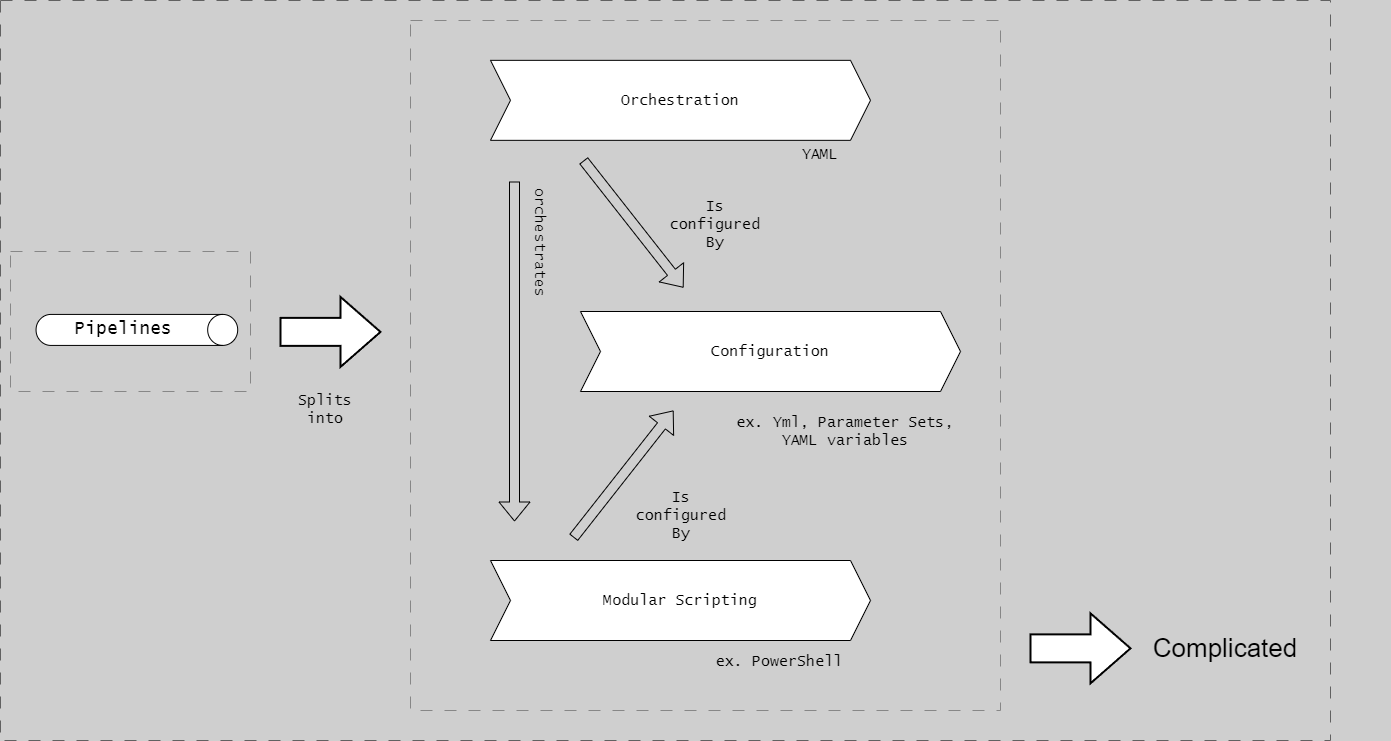
Before: docs/assets/branching/pipelines-separating-solution.drawio.png, a diagram exported from draw.io (ready-to-release/eac). Source tidied: cells renumbered, new cells last; positions are measured from the earlier drawing's top-left corner, leaving out a move shared by most shapes.
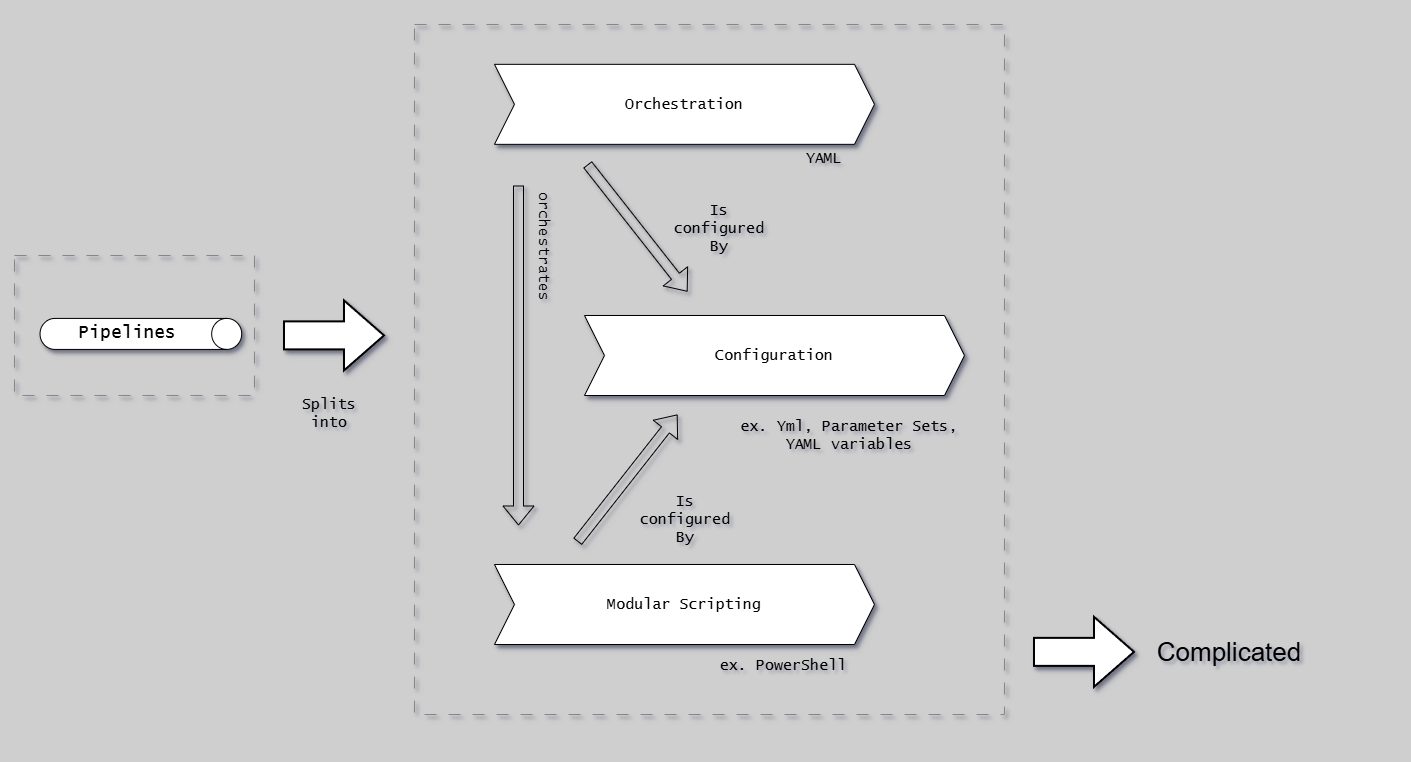
The same file after the commit.

Diff of the diagram source:
```diff
@@ -1,96 +1,96 @@
-<mxGraphModel background="#CFCFCF">
+<mxGraphModel background="#CFCFCF" shadow="1">
   <root>
     <mxCell id="0" />
     <mxCell id="1" parent="0" />
-    <mxCell id="2" style="group;strokeColor=#616161;dashed=1;dashPattern=12 12;fontFamily=Lucida Console;" parent="1" vertex="1">
+    <mxCell id="2" style="group;strokeColor=none;dashed=1;dashPattern=12 12;fontFamily=Lucida Console;shadow=1;" parent="1" vertex="1">
       <mxGeometry width="1330" height="740" as="geometry" />
     </mxCell>
-    <mxCell id="3" value="Orchestration" style="shape=step;perimeter=stepPerimeter;whiteSpace=wrap;html=1;fixedSize=1;fontSize=15;fontFamily=Lucida Console;" parent="1" vertex="1">
+    <mxCell id="3" value="Orchestration" style="shape=step;perimeter=stepPerimeter;whiteSpace=wrap;html=1;fixedSize=1;fontSize=15;fontFamily=Lucida Console;shadow=1;" parent="1" vertex="1">
       <mxGeometry x="490" y="59.8" width="380" height="80" as="geometry" />
     </mxCell>
-    <mxCell id="4" value="Modular Scripting" style="shape=step;perimeter=stepPerimeter;whiteSpace=wrap;html=1;fixedSize=1;fontSize=15;fontFamily=Lucida Console;" parent="1" vertex="1">
+    <mxCell id="4" value="Modular Scripting" style="shape=step;perimeter=stepPerimeter;whiteSpace=wrap;html=1;fixedSize=1;fontSize=15;fontFamily=Lucida Console;shadow=1;" parent="1" vertex="1">
       <mxGeometry x="490" y="560" width="380" height="80" as="geometry" />
     </mxCell>
     <object id="5" label="ex. PowerShell" name="Variable" placeholders="1">
-      <mxCell style="text;html=1;strokeColor=none;fillColor=none;align=center;verticalAlign=middle;whiteSpace=wrap;overflow=hidden;fontSize=15;fontFamily=Lucida Console;" parent="1" vertex="1">
+      <mxCell style="text;html=1;strokeColor=none;fillColor=none;align=center;verticalAlign=middle;whiteSpace=wrap;overflow=hidden;fontSize=15;fontFamily=Lucida Console;shadow=1;" parent="1" vertex="1">
         <mxGeometry x="699" y="640" width="160" height="42.8" as="geometry" />
       </mxCell>
     </object>
     <object id="6" label="Splits into" name="Variable" placeholders="1">
-      <mxCell style="text;html=1;strokeColor=none;fillColor=none;align=center;verticalAlign=middle;whiteSpace=wrap;overflow=hidden;fontSize=15;fontFamily=Lucida Console;" parent="1" vertex="1">
+      <mxCell style="text;html=1;strokeColor=none;fillColor=none;align=center;verticalAlign=middle;whiteSpace=wrap;overflow=hidden;fontSize=15;fontFamily=Lucida Console;shadow=1;" parent="1" vertex="1">
         <mxGeometry x="290" y="388" width="70" height="42.8" as="geometry" />
       </mxCell>
     </object>
     <object id="7" label="orchestrates" name="Variable" placeholders="1">
-      <mxCell style="text;html=1;strokeColor=none;fillColor=none;align=center;verticalAlign=middle;whiteSpace=wrap;overflow=hidden;fontSize=15;rotation=90;fontFamily=Lucida Console;" parent="1" vertex="1">
+      <mxCell style="text;html=1;strokeColor=none;fillColor=none;align=center;verticalAlign=middle;whiteSpace=wrap;overflow=hidden;fontSize=15;rotation=90;fontFamily=Lucida Console;shadow=1;" parent="1" vertex="1">
         <mxGeometry x="470" y="221" width="140" height="42.8" as="geometry" />
       </mxCell>
     </object>
     <object id="8" label="ex. Yml, Parameter Sets, YAML variables" name="Variable" placeholders="1">
-      <mxCell style="text;html=1;strokeColor=none;fillColor=none;align=center;verticalAlign=middle;whiteSpace=wrap;overflow=hidden;fontSize=15;fontFamily=Lucida Console;" parent="1" vertex="1">
+      <mxCell style="text;html=1;strokeColor=none;fillColor=none;align=center;verticalAlign=middle;whiteSpace=wrap;overflow=hidden;fontSize=15;fontFamily=Lucida Console;shadow=1;" parent="1" vertex="1">
         <mxGeometry x="720" y="388" width="250" height="86" as="geometry" />
       </mxCell>
     </object>
-    <mxCell id="9" style="shape=flexArrow;endArrow=classic;html=1;rounded=0;fontFamily=Lucida Console;" parent="1" edge="1">
+    <mxCell id="9" style="shape=flexArrow;endArrow=classic;html=1;rounded=0;fontFamily=Lucida Console;shadow=1;" parent="1" edge="1">
       <mxGeometry relative="1" as="geometry">
         <mxPoint x="514" y="181" as="sourcePoint" />
         <mxPoint x="514" y="521" as="targetPoint" />
       </mxGeometry>
     </mxCell>
-    <mxCell id="10" value="Configuration" style="shape=step;perimeter=stepPerimeter;whiteSpace=wrap;html=1;fixedSize=1;fontSize=15;fontFamily=Lucida Console;" parent="1" vertex="1">
+    <mxCell id="10" value="Configuration" style="shape=step;perimeter=stepPerimeter;whiteSpace=wrap;html=1;fixedSize=1;fontSize=15;fontFamily=Lucida Console;shadow=1;" parent="1" vertex="1">
       <mxGeometry x="580" y="311" width="380" height="80" as="geometry" />
     </mxCell>
     <object id="11" label="YAML" name="Variable" placeholders="1">
-      <mxCell style="text;html=1;strokeColor=none;fillColor=none;align=center;verticalAlign=middle;whiteSpace=wrap;overflow=hidden;fontSize=15;fontFamily=Lucida Console;" parent="1" vertex="1">
+      <mxCell style="text;html=1;strokeColor=none;fillColor=none;align=center;verticalAlign=middle;whiteSpace=wrap;overflow=hidden;fontSize=15;fontFamily=Lucida Console;shadow=1;" parent="1" vertex="1">
         <mxGeometry x="720" y="130" width="200" height="47.2" as="geometry" />
       </mxCell>
     </object>
     <object id="12" label="Is configured By" name="Variable" placeholders="1">
-      <mxCell style="text;html=1;strokeColor=none;fillColor=none;align=center;verticalAlign=middle;whiteSpace=wrap;overflow=hidden;fontSize=15;fontFamily=Lucida Console;" parent="1" vertex="1">
+      <mxCell style="text;html=1;strokeColor=none;fillColor=none;align=center;verticalAlign=middle;whiteSpace=wrap;overflow=hidden;fontSize=15;fontFamily=Lucida Console;shadow=1;" parent="1" vertex="1">
         <mxGeometry x="667" y="187.2" width="96" height="72.8" as="geometry" />
       </mxCell>
     </object>
-    <mxCell id="13" style="shape=flexArrow;endArrow=classic;html=1;rounded=0;fontFamily=Lucida Console;" parent="1" edge="1">
+    <mxCell id="13" style="shape=flexArrow;endArrow=classic;html=1;rounded=0;fontFamily=Lucida Console;shadow=1;" parent="1" edge="1">
       <mxGeometry relative="1" as="geometry">
         <mxPoint x="573" y="537.2" as="sourcePoint" />
         <mxPoint x="673" y="410" as="targetPoint" />
       </mxGeometry>
     </mxCell>
     <object id="14" label="Is configured By" name="Variable" placeholders="1">
-      <mxCell style="text;html=1;strokeColor=none;fillColor=none;align=center;verticalAlign=middle;whiteSpace=wrap;overflow=hidden;fontSize=15;fontFamily=Lucida Console;" parent="1" vertex="1">
+      <mxCell style="text;html=1;strokeColor=none;fillColor=none;align=center;verticalAlign=middle;whiteSpace=wrap;overflow=hidden;fontSize=15;fontFamily=Lucida Console;shadow=1;" parent="1" vertex="1">
         <mxGeometry x="633" y="480" width="96" height="70" as="geometry" />
       </mxCell>
     </object>
-    <mxCell id="15" style="shape=flexArrow;endArrow=classic;html=1;rounded=0;fontFamily=Lucida Console;" parent="1" edge="1">
+    <mxCell id="15" style="shape=flexArrow;endArrow=classic;html=1;rounded=0;fontFamily=Lucida Console;shadow=1;" parent="1" edge="1">
       <mxGeometry relative="1" as="geometry">
         <mxPoint x="583" y="160" as="sourcePoint" />
         <mxPoint x="683" y="287.2" as="targetPoint" />
       </mxGeometry>
     </mxCell>
     <object id="16" label="&lt;font style=&quot;font-size: 26px;&quot;&gt;Complicated&lt;/font&gt;" name="Variable" placeholders="1">
-      <mxCell style="text;html=1;strokeColor=none;fillColor=none;align=center;verticalAlign=middle;whiteSpace=wrap;overflow=hidden;fontSize=22;fontFamily=Helvetica;" parent="1" vertex="1">
+      <mxCell style="text;html=1;strokeColor=none;fillColor=none;align=center;verticalAlign=middle;whiteSpace=wrap;overflow=hidden;fontSize=22;fontFamily=Helvetica;shadow=1;" parent="1" vertex="1">
         <mxGeometry x="1060" y="626.4" width="330" height="42.8" as="geometry" />
       </mxCell>
     </object>
-    <mxCell id="17" style="verticalLabelPosition=bottom;verticalAlign=top;html=1;strokeWidth=2;shape=mxgraph.arrows2.arrow;dy=0.6;dx=40;notch=0;" parent="1" vertex="1">
+    <mxCell id="17" style="verticalLabelPosition=bottom;verticalAlign=top;html=1;strokeWidth=2;shape=mxgraph.arrows2.arrow;dy=0.6;dx=40;notch=0;shadow=1;" parent="1" vertex="1">
       <mxGeometry x="1030" y="612.8" width="100" height="70" as="geometry" />
     </mxCell>
-    <mxCell id="18" style="group;strokeColor=#878787;dashed=1;dashPattern=12 12;" parent="1" vertex="1">
+    <mxCell id="18" style="group;strokeColor=#878787;dashed=1;dashPattern=12 12;shadow=1;" parent="1" vertex="1">
       <mxGeometry x="10" y="251" width="240" height="140" as="geometry" />
     </mxCell>
-    <mxCell id="19" style="group;" parent="1" vertex="1">
+    <mxCell id="19" style="group;shadow=1;" parent="1" vertex="1">
       <mxGeometry x="22.8" y="292.4" width="214.4" height="74" as="geometry" />
     </mxCell>
-    <mxCell id="20" style="shape=cylinder3;whiteSpace=wrap;html=1;boundedLbl=1;backgroundOutline=1;size=15;rotation=90;fontFamily=Lucida Console;" parent="19" vertex="1">
+    <mxCell id="20" style="shape=cylinder3;whiteSpace=wrap;html=1;boundedLbl=1;backgroundOutline=1;size=15;rotation=90;fontFamily=Lucida Console;shadow=1;" parent="19" vertex="1">
       <mxGeometry x="98.1" y="-63.8" width="31" height="201.6" as="geometry" />
     </mxCell>
-    <mxCell id="21" value="&lt;font style=&quot;font-size: 18px;&quot;&gt;Pipelines&lt;br&gt;&lt;/font&gt;" style="text;html=1;strokeColor=none;fillColor=none;align=center;verticalAlign=middle;whiteSpace=wrap;rounded=0;fontFamily=Lucida Console;" parent="19" vertex="1">
+    <mxCell id="21" value="&lt;font style=&quot;font-size: 18px;&quot;&gt;Pipelines&lt;br&gt;&lt;/font&gt;" style="text;html=1;strokeColor=none;fillColor=none;align=center;verticalAlign=middle;whiteSpace=wrap;rounded=0;fontFamily=Lucida Console;shadow=1;" parent="19" vertex="1">
       <mxGeometry width="201" height="74" as="geometry" />
     </mxCell>
-    <mxCell id="22" style="verticalLabelPosition=bottom;verticalAlign=top;html=1;strokeWidth=2;shape=mxgraph.arrows2.arrow;dy=0.6;dx=40;notch=0;" parent="1" vertex="1">
+    <mxCell id="22" style="verticalLabelPosition=bottom;verticalAlign=top;html=1;strokeWidth=2;shape=mxgraph.arrows2.arrow;dy=0.6;dx=40;notch=0;shadow=1;" parent="1" vertex="1">
       <mxGeometry x="280" y="296.4" width="100" height="70" as="geometry" />
     </mxCell>
-    <mxCell id="23" style="group;strokeColor=#878787;dashed=1;dashPattern=12 12;" parent="1" vertex="1">
+    <mxCell id="23" style="group;strokeColor=#878787;dashed=1;dashPattern=12 12;shadow=1;" parent="1" vertex="1">
       <mxGeometry x="410" y="20" width="590" height="690" as="geometry" />
     </mxCell>
   </root>
```
